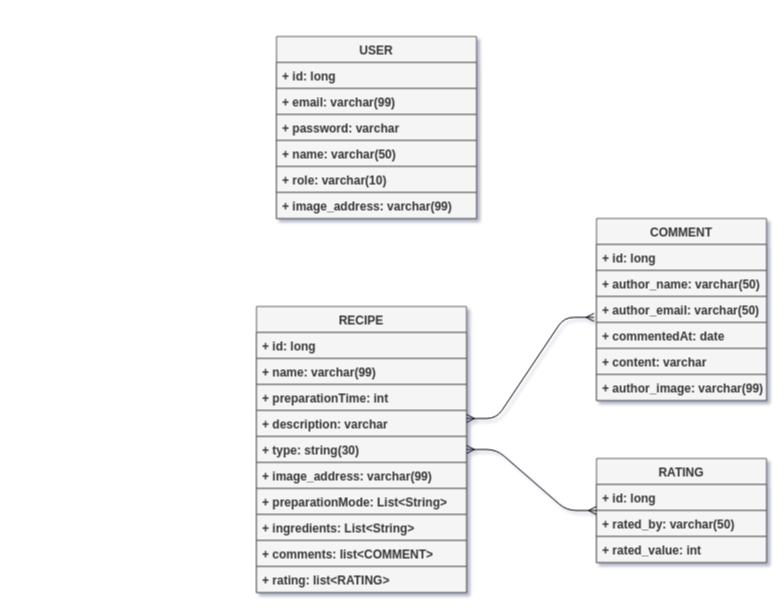
The draw.io diagram src/main/resources/der.drawio in Benilsn/Veggie, before the edit. Source tidied: cells renumbered, new cells numbered last; positions are measured from the earlier drawing's top-left corner, leaving out a move shared by most shapes. Both pictures are drawn from the tidied source at 100%, with x=0, y=0 at pixel (256, 36).
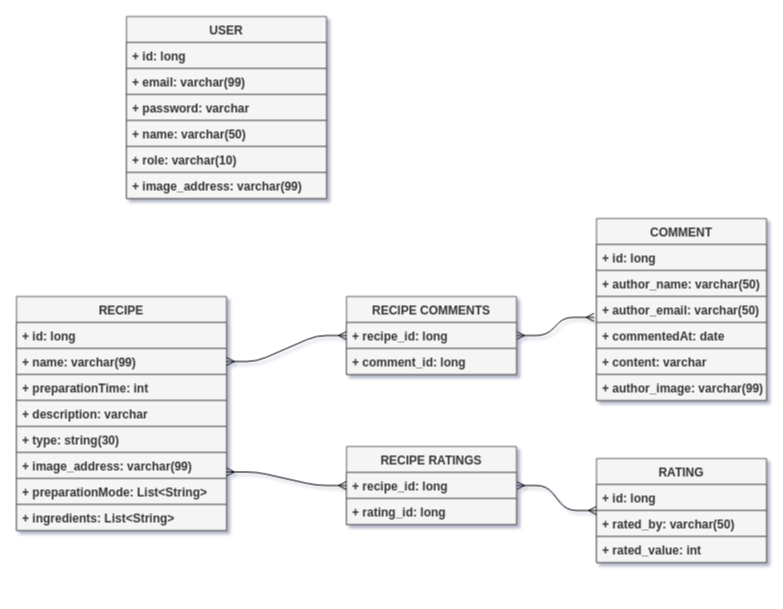
The same diagram, later.

Commit message (it also covers changes not shown here):
caso de uso e der

Unchanged cells that the change refers to:
```xml
<mxCell id="11" value="+ name: varchar(99)" style="text;strokeColor=#666666;fillColor=#f5f5f5;align=left;verticalAlign=middle;spacingLeft=4;spacingRight=4;overflow=hidden;points=[[0,0.5],[1,0.5]];portConstraint=eastwest;fontColor=#333333;fontStyle=1;" parent="9" vertex="1">
  <mxGeometry y="52" width="210" height="26" as="geometry" />
</mxCell>
<mxCell id="23" value="+ author_email: varchar(50)" style="text;strokeColor=#666666;fillColor=#f5f5f5;align=left;verticalAlign=middle;spacingLeft=4;spacingRight=4;overflow=hidden;points=[[0,0.5],[1,0.5]];portConstraint=eastwest;fontColor=#333333;fontStyle=1;" parent="20" vertex="1">
  <mxGeometry y="78" width="170" height="26" as="geometry" />
</mxCell>
<mxCell id="27" value="RATING" style="swimlane;fontStyle=1;horizontal=1;startSize=26;fillColor=#f5f5f5;strokeColor=#666666;fontColor=#333333;verticalAlign=middle;" parent="1" vertex="1">
  <mxGeometry x="340" y="422" width="170" height="104" as="geometry" />
</mxCell>
```

Diff of the diagram source:
```diff
@@
     <mxCell id="2" value="USER" style="swimlane;fontStyle=1;horizontal=1;startSize=26;fillColor=#f5f5f5;strokeColor=#666666;fontColor=#333333;verticalAlign=middle;" parent="1" vertex="1">
-      <mxGeometry x="20" width="200" height="182" as="geometry" />
+      <mxGeometry x="-130" y="-20" width="200" height="182" as="geometry" />
     </mxCell>
@@
     <mxCell id="9" value="RECIPE" style="swimlane;fontStyle=1;horizontal=1;startSize=26;fillColor=#f5f5f5;strokeColor=#666666;fontColor=#333333;verticalAlign=middle;" parent="1" vertex="1">
-      <mxGeometry y="270" width="210" height="286" as="geometry" />
+      <mxGeometry x="-240" y="260" width="210" height="234" as="geometry" />
     </mxCell>
@@
-    <mxCell id="18" value="+ comments: list&lt;COMMENT&gt;" style="text;strokeColor=#666666;fillColor=#f5f5f5;align=left;verticalAlign=middle;spacingLeft=4;spacingRight=4;overflow=hidden;fontColor=#333333;fontStyle=1;" parent="9" vertex="1">
-      <mxGeometry y="234" width="210" height="26" as="geometry" />
-    </mxCell>
-    <mxCell id="19" value="+ rating: list&lt;RATING&gt;" style="text;strokeColor=#666666;fillColor=#f5f5f5;align=left;verticalAlign=middle;spacingLeft=4;spacingRight=4;overflow=hidden;fontColor=#333333;fontStyle=1;" parent="9" vertex="1">
-      <mxGeometry y="260" width="210" height="26" as="geometry" />
-    </mxCell>
@@
-    <mxCell id="31" style="edgeStyle=entityRelationEdgeStyle;fontSize=12;html=1;endArrow=ERmany;startArrow=ERmany;fontColor=#000000;exitX=0;exitY=0.5;exitDx=0;exitDy=0;entryX=1;entryY=0.5;entryDx=0;entryDy=0;" parent="1" edge="1" source="27" target="9">
+    <mxCell id="31" style="edgeStyle=entityRelationEdgeStyle;fontSize=12;html=1;endArrow=ERmany;startArrow=ERmany;fontColor=#000000;exitX=0;exitY=0.5;exitDx=0;exitDy=0;entryX=1;entryY=0.5;entryDx=0;entryDy=0;" parent="1" edge="1" source="27" target="37">
       <mxGeometry relative="1" as="geometry" />
     </mxCell>
-    <mxCell id="32" style="edgeStyle=entityRelationEdgeStyle;fontSize=12;html=1;endArrow=ERmany;startArrow=ERmany;fontColor=#000000;entryX=-0.014;entryY=0.802;entryDx=0;entryDy=0;entryPerimeter=0;" parent="1" edge="1" target="23">
-      <mxGeometry relative="1" as="geometry">
-        <mxPoint x="210" y="382" as="sourcePoint" />
-      </mxGeometry>
+    <mxCell id="32" style="edgeStyle=entityRelationEdgeStyle;fontSize=12;html=1;endArrow=ERmany;startArrow=ERmany;fontColor=#000000;entryX=-0.014;entryY=0.802;entryDx=0;entryDy=0;entryPerimeter=0;exitX=1;exitY=0.5;exitDx=0;exitDy=0;" parent="1" edge="1" source="33" target="23">
+      <mxGeometry relative="1" as="geometry" />
     </mxCell>
+    <mxCell id="33" value="RECIPE COMMENTS" style="swimlane;fontStyle=1;horizontal=1;startSize=26;fillColor=#f5f5f5;strokeColor=#666666;fontColor=#333333;verticalAlign=middle;" parent="1" vertex="1">
+      <mxGeometry x="90" y="260" width="170" height="78" as="geometry" />
+    </mxCell>
+    <mxCell id="34" value="+ recipe_id: long" style="text;strokeColor=#666666;fillColor=#f5f5f5;align=left;verticalAlign=middle;spacingLeft=4;spacingRight=4;overflow=hidden;points=[[0,0.5],[1,0.5]];portConstraint=eastwest;fontColor=#333333;fontStyle=1;" parent="33" vertex="1">
+      <mxGeometry y="26" width="170" height="26" as="geometry" />
+    </mxCell>
+    <mxCell id="35" value="+ comment_id: long" style="text;strokeColor=#666666;fillColor=#f5f5f5;align=left;verticalAlign=middle;spacingLeft=4;spacingRight=4;overflow=hidden;fontColor=#333333;fontStyle=1;" parent="33" vertex="1">
+      <mxGeometry y="52" width="170" height="26" as="geometry" />
+    </mxCell>
+    <mxCell id="36" value="RECIPE RATINGS" style="swimlane;fontStyle=1;horizontal=1;startSize=26;fillColor=#f5f5f5;strokeColor=#666666;fontColor=#333333;verticalAlign=middle;" parent="1" vertex="1">
+      <mxGeometry x="90" y="410" width="170" height="78" as="geometry" />
+    </mxCell>
+    <mxCell id="37" value="+ recipe_id: long" style="text;strokeColor=#666666;fillColor=#f5f5f5;align=left;verticalAlign=middle;spacingLeft=4;spacingRight=4;overflow=hidden;points=[[0,0.5],[1,0.5]];portConstraint=eastwest;fontColor=#333333;fontStyle=1;" parent="36" vertex="1">
+      <mxGeometry y="26" width="170" height="26" as="geometry" />
+    </mxCell>
+    <mxCell id="38" value="+ rating_id: long" style="text;strokeColor=#666666;fillColor=#f5f5f5;align=left;verticalAlign=middle;spacingLeft=4;spacingRight=4;overflow=hidden;fontColor=#333333;fontStyle=1;" parent="36" vertex="1">
+      <mxGeometry y="52" width="170" height="26" as="geometry" />
+    </mxCell>
+    <mxCell id="39" style="edgeStyle=entityRelationEdgeStyle;fontSize=12;html=1;endArrow=ERmany;startArrow=ERmany;fontColor=#000000;exitX=0;exitY=0.5;exitDx=0;exitDy=0;entryX=1;entryY=0.75;entryDx=0;entryDy=0;" parent="1" edge="1" source="37" target="9">
+      <mxGeometry relative="1" as="geometry" />
+    </mxCell>
+    <mxCell id="40" style="edgeStyle=entityRelationEdgeStyle;fontSize=12;html=1;endArrow=ERmany;startArrow=ERmany;fontColor=#000000;entryX=0;entryY=0.5;entryDx=0;entryDy=0;exitX=1;exitY=0.5;exitDx=0;exitDy=0;" parent="1" edge="1" source="11" target="34">
+      <mxGeometry relative="1" as="geometry" />
+    </mxCell>
```
